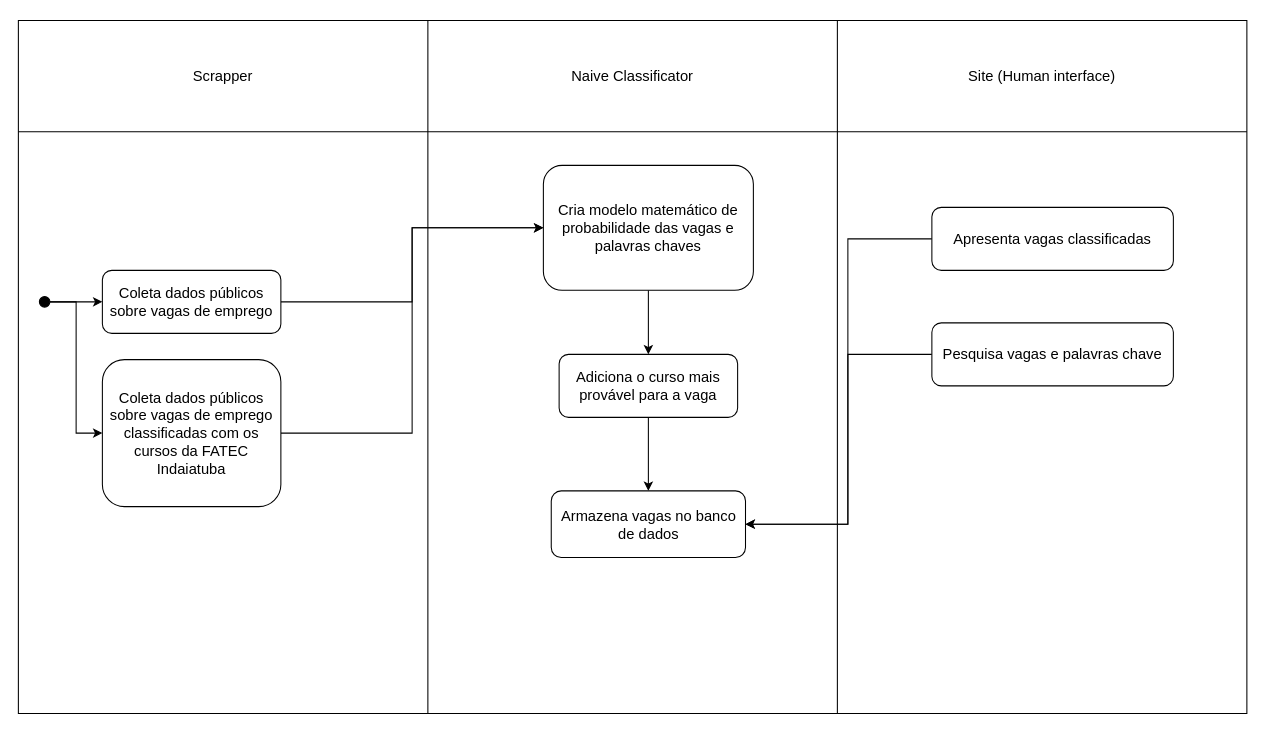
Earlier version of the draw.io diagram page "Diagrama de atividades" (3 of 4) of diagram/MER.drawio (YuriQueriquelli/fatec_tg). Source tidied: cells renumbered, new cells numbered last; positions are measured from the earlier drawing's top-left corner, leaving out a move shared by most shapes. Both pictures are drawn from the tidied source at 105%, with x=0, y=0 at pixel (18, 18).
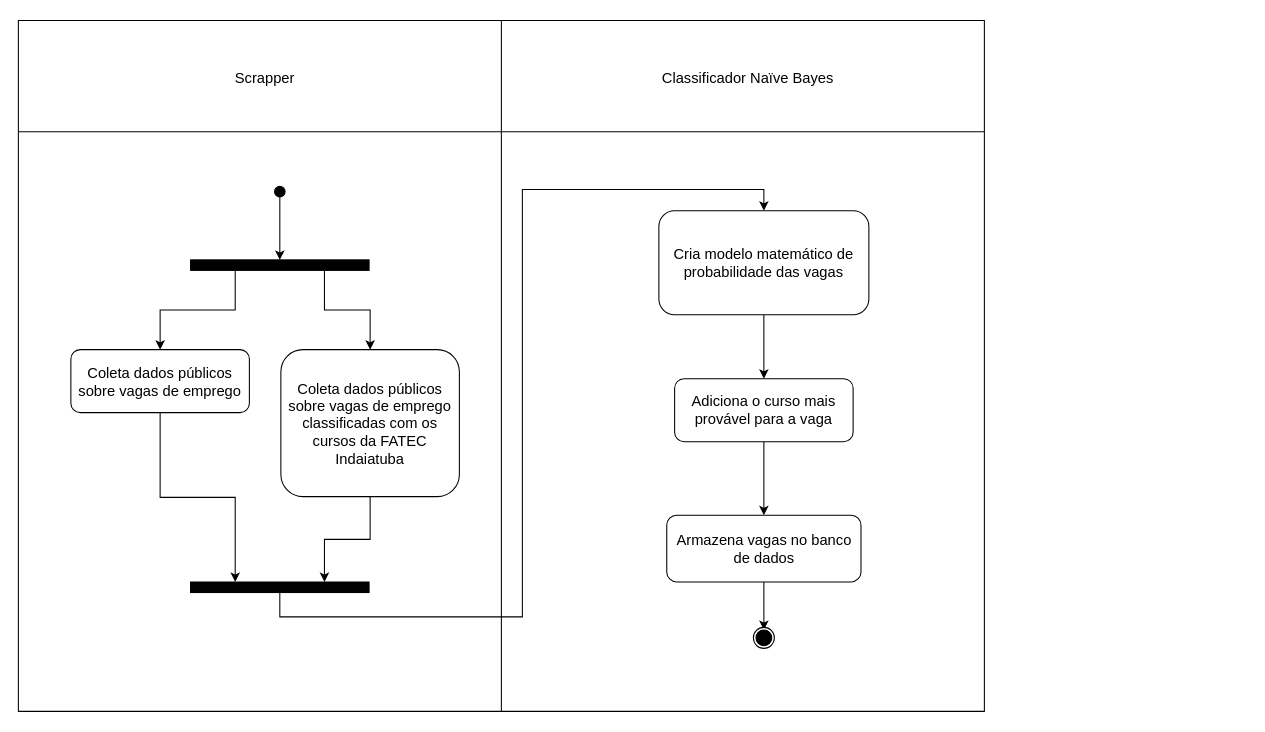
Above is the later version.

Change to the diagram source:
```diff
@@
     <mxCell id="2" style="shape=table;startSize=0;childLayout=tableLayout;" parent="1" vertex="1">
-      <mxGeometry y="2" width="1170" height="660" as="geometry" />
+      <mxGeometry y="2" width="920" height="658" as="geometry" />
     </mxCell>
     <mxCell id="3" style="shape=partialRectangle;fillColor=none;top=0;left=0;bottom=0;right=0;" parent="2" vertex="1">
-      <mxGeometry width="1170" height="106" as="geometry" />
+      <mxGeometry width="920" height="106" as="geometry" />
     </mxCell>
     <mxCell id="4" value="&lt;div&gt;&lt;br&gt;&lt;/div&gt;&lt;div&gt;&lt;br&gt;&lt;/div&gt;" style="shape=partialRectangle;html=1;whiteSpace=wrap;overflow=hidden;fillColor=none;top=0;left=0;bottom=0;right=0;" parent="3" vertex="1">
-      <mxGeometry width="390" height="106" as="geometry" />
+      <mxGeometry width="460" height="106" as="geometry" />
     </mxCell>
     <mxCell id="5" style="shape=partialRectangle;html=1;whiteSpace=wrap;overflow=hidden;fillColor=none;top=0;left=0;bottom=0;right=0;" parent="3" vertex="1">
-      <mxGeometry x="390" width="390" height="106" as="geometry" />
+      <mxGeometry x="460" width="460" height="106" as="geometry" />
     </mxCell>
-    <mxCell id="6" style="shape=partialRectangle;html=1;whiteSpace=wrap;overflow=hidden;fillColor=none;top=0;left=0;bottom=0;right=0;" parent="3" vertex="1">
-      <mxGeometry x="780" width="390" height="106" as="geometry" />
-    </mxCell>
     <mxCell id="7" style="shape=partialRectangle;fillColor=none;top=0;left=0;bottom=0;right=0;" parent="2" vertex="1">
-      <mxGeometry y="106" width="1170" height="554" as="geometry" />
+      <mxGeometry y="106" width="920" height="552" as="geometry" />
     </mxCell>
     <mxCell id="8" style="shape=partialRectangle;html=1;whiteSpace=wrap;overflow=hidden;fillColor=none;top=0;left=0;bottom=0;right=0;" parent="7" vertex="1">
-      <mxGeometry width="390" height="554" as="geometry" />
+      <mxGeometry width="460" height="552" as="geometry" />
     </mxCell>
     <mxCell id="9" style="shape=partialRectangle;html=1;whiteSpace=wrap;overflow=hidden;fillColor=none;top=0;left=0;bottom=0;right=0;" parent="7" vertex="1">
-      <mxGeometry x="390" width="390" height="554" as="geometry" />
+      <mxGeometry x="460" width="460" height="552" as="geometry" />
     </mxCell>
-    <mxCell id="10" style="shape=partialRectangle;html=1;whiteSpace=wrap;overflow=hidden;fillColor=none;top=0;left=0;bottom=0;right=0;" parent="7" vertex="1">
-      <mxGeometry x="780" width="390" height="554" as="geometry" />
-    </mxCell>
     <mxCell id="11" value="Scrapper" style="text;html=1;strokeColor=none;fillColor=none;align=center;verticalAlign=middle;whiteSpace=wrap;rounded=0;fontSize=14;" parent="1" vertex="1">
-      <mxGeometry width="390" height="110" as="geometry" />
+      <mxGeometry x="40" y="2" width="390" height="110" as="geometry" />
     </mxCell>
-    <mxCell id="12" value="Naive Classificator" style="text;html=1;strokeColor=none;fillColor=none;align=center;verticalAlign=middle;whiteSpace=wrap;rounded=0;fontSize=14;" parent="1" vertex="1">
-      <mxGeometry x="390" width="390" height="110" as="geometry" />
+    <mxCell id="12" value="Classificador&lt;span style=&quot;font-weight: normal&quot;&gt;&lt;font style=&quot;font-size: 14px&quot;&gt; &lt;font style=&quot;font-size: 14px&quot;&gt;Naïve Bayes&lt;/font&gt;&lt;/font&gt;&lt;/span&gt;" style="text;html=1;strokeColor=none;fillColor=none;align=center;verticalAlign=middle;whiteSpace=wrap;rounded=0;fontSize=14;" parent="1" vertex="1">
+      <mxGeometry x="500" y="2" width="390" height="110" as="geometry" />
     </mxCell>
-    <mxCell id="13" value="Site (Human interface)" style="text;html=1;strokeColor=none;fillColor=none;align=center;verticalAlign=middle;whiteSpace=wrap;rounded=0;fontSize=14;" parent="1" vertex="1">
-      <mxGeometry x="780" width="390" height="110" as="geometry" />
-    </mxCell>
-    <mxCell id="14" style="edgeStyle=orthogonalEdgeStyle;rounded=0;jettySize=auto;html=1;exitX=1;exitY=0.5;exitDx=0;exitDy=0;entryX=0;entryY=0.5;entryDx=0;entryDy=0;fontSize=14;" parent="1" edge="1" source="16" target="18">
-      <mxGeometry relative="1" as="geometry" />
-    </mxCell>
-    <mxCell id="15" style="edgeStyle=orthogonalEdgeStyle;rounded=0;jettySize=auto;html=1;entryX=0;entryY=0.5;entryDx=0;entryDy=0;fontSize=14;" parent="1" edge="1" source="16" target="25">
-      <mxGeometry relative="1" as="geometry" />
-    </mxCell>
+    <mxCell id="30" style="edgeStyle=orthogonalEdgeStyle;rounded=0;jettySize=auto;html=1;entryX=0.5;entryY=0;entryDx=0;entryDy=0;" parent="1" edge="1" source="16" target="36">
+      <mxGeometry relative="1" as="geometry" />
+    </mxCell>
     <mxCell id="16" style="ellipse;whiteSpace=wrap;html=1;fontSize=14;fillColor=#000000;" parent="1" vertex="1">
-      <mxGeometry x="20" y="265" width="10" height="10" as="geometry" />
+      <mxGeometry x="244" y="160" width="10" height="10" as="geometry" />
     </mxCell>
-    <mxCell id="17" style="edgeStyle=orthogonalEdgeStyle;rounded=0;jettySize=auto;html=1;entryX=0;entryY=0.5;entryDx=0;entryDy=0;fontSize=14;" parent="1" edge="1" source="18" target="20">
-      <mxGeometry relative="1" as="geometry" />
-    </mxCell>
+    <mxCell id="31" style="edgeStyle=orthogonalEdgeStyle;rounded=0;jettySize=auto;html=1;exitX=0.5;exitY=1;exitDx=0;exitDy=0;entryX=0.25;entryY=0;entryDx=0;entryDy=0;" parent="1" edge="1" source="18" target="38">
+      <mxGeometry relative="1" as="geometry" />
+    </mxCell>
     <mxCell id="18" value="Coleta dados públicos sobre vagas de emprego" style="rounded=1;whiteSpace=wrap;html=1;fontSize=14;fillColor=#FFFFFF;" parent="1" vertex="1">
-      <mxGeometry x="80" y="240" width="170" height="60" as="geometry" />
+      <mxGeometry x="50" y="315.5" width="170" height="60" as="geometry" />
     </mxCell>
@@
-    <mxCell id="20" value="Cria modelo &lt;span&gt;matemático&lt;/span&gt; de probabilidade das vagas e palavras chaves" style="rounded=1;whiteSpace=wrap;html=1;fontSize=14;fillColor=#FFFFFF;" parent="1" vertex="1">
-      <mxGeometry x="500" y="140" width="200" height="119" as="geometry" />
+    <mxCell id="20" value="Cria modelo &lt;span&gt;matemático&lt;/span&gt; de probabilidade das vagas " style="rounded=1;whiteSpace=wrap;html=1;fontSize=14;fillColor=#FFFFFF;" parent="1" vertex="1">
+      <mxGeometry x="610" y="183.2" width="200" height="99" as="geometry" />
     </mxCell>
@@
     <mxCell id="22" value="Adiciona o curso mais &lt;span&gt;&lt;span&gt;provável&lt;/span&gt;&lt;/span&gt; para a vaga" style="rounded=1;whiteSpace=wrap;html=1;fontSize=14;fillColor=#FFFFFF;" parent="1" vertex="1">
-      <mxGeometry x="515" y="320" width="170" height="60" as="geometry" />
+      <mxGeometry x="625" y="343.2" width="170" height="60" as="geometry" />
     </mxCell>
+    <mxCell id="32" style="edgeStyle=orthogonalEdgeStyle;rounded=0;jettySize=auto;html=1;entryX=0.5;entryY=0;entryDx=0;entryDy=0;" parent="1" edge="1" source="23" target="40">
+      <mxGeometry relative="1" as="geometry" />
+    </mxCell>
     <mxCell id="23" value="Armazena vagas no banco de dados" style="rounded=1;whiteSpace=wrap;html=1;fontSize=14;fillColor=#FFFFFF;" parent="1" vertex="1">
-      <mxGeometry x="507.5" y="450" width="185" height="63.5" as="geometry" />
+      <mxGeometry x="617.5" y="473.2" width="185" height="63.5" as="geometry" />
     </mxCell>
-    <mxCell id="24" style="edgeStyle=orthogonalEdgeStyle;rounded=0;jettySize=auto;html=1;entryX=0;entryY=0.5;entryDx=0;entryDy=0;fontSize=14;" parent="1" edge="1" source="25" target="20">
-      <mxGeometry relative="1" as="geometry" />
-    </mxCell>
+    <mxCell id="33" style="edgeStyle=orthogonalEdgeStyle;rounded=0;jettySize=auto;html=1;entryX=0.75;entryY=0;entryDx=0;entryDy=0;" parent="1" edge="1" source="25" target="38">
+      <mxGeometry relative="1" as="geometry" />
+    </mxCell>
     <mxCell id="25" value="Coleta dados públicos sobre vagas de emprego classificadas com os cursos da FATEC Indaiatuba" style="rounded=1;whiteSpace=wrap;html=1;fontSize=14;fillColor=#FFFFFF;" parent="1" vertex="1">
-      <mxGeometry x="80" y="325" width="170" height="140" as="geometry" />
+      <mxGeometry x="250" y="315.5" width="170" height="140" as="geometry" />
     </mxCell>
-    <mxCell id="26" style="edgeStyle=orthogonalEdgeStyle;rounded=0;jettySize=auto;html=1;entryX=1;entryY=0.5;entryDx=0;entryDy=0;fontSize=14;" parent="1" edge="1" source="27" target="23">
-      <mxGeometry relative="1" as="geometry">
-        <Array as="points">
-          <mxPoint x="790" y="210" />
-          <mxPoint x="790" y="482" />
-        </Array>
-      </mxGeometry>
-    </mxCell>
-    <mxCell id="27" value="Apresenta vagas classificadas" style="rounded=1;whiteSpace=wrap;html=1;fontSize=14;fillColor=#FFFFFF;" parent="1" vertex="1">
-      <mxGeometry x="870" y="180" width="230" height="60" as="geometry" />
-    </mxCell>
-    <mxCell id="28" style="edgeStyle=orthogonalEdgeStyle;rounded=0;jettySize=auto;html=1;entryX=1;entryY=0.5;entryDx=0;entryDy=0;fontSize=14;" parent="1" edge="1" source="29" target="23">
-      <mxGeometry relative="1" as="geometry">
-        <Array as="points">
-          <mxPoint x="790" y="320" />
-          <mxPoint x="790" y="482" />
-        </Array>
-      </mxGeometry>
-    </mxCell>
-    <mxCell id="29" value="Pesquisa vagas e palavras chave" style="rounded=1;whiteSpace=wrap;html=1;fontSize=14;fillColor=#FFFFFF;" parent="1" vertex="1">
-      <mxGeometry x="870" y="290" width="230" height="60" as="geometry" />
-    </mxCell>
+    <mxCell id="34" style="edgeStyle=orthogonalEdgeStyle;rounded=0;jettySize=auto;html=1;exitX=0.25;exitY=1;exitDx=0;exitDy=0;" parent="1" edge="1" source="36" target="18">
+      <mxGeometry relative="1" as="geometry" />
+    </mxCell>
+    <mxCell id="35" style="edgeStyle=orthogonalEdgeStyle;rounded=0;jettySize=auto;html=1;exitX=0.75;exitY=1;exitDx=0;exitDy=0;entryX=0.5;entryY=0;entryDx=0;entryDy=0;" parent="1" edge="1" source="36" target="25">
+      <mxGeometry relative="1" as="geometry" />
+    </mxCell>
+    <mxCell id="36" style="rounded=0;whiteSpace=wrap;html=1;fillColor=#000000;" parent="1" vertex="1">
+      <mxGeometry x="164" y="230" width="170" height="10" as="geometry" />
+    </mxCell>
+    <mxCell id="37" style="edgeStyle=orthogonalEdgeStyle;rounded=0;jettySize=auto;html=1;entryX=0.5;entryY=0;entryDx=0;entryDy=0;exitX=0.5;exitY=1;exitDx=0;exitDy=0;" parent="1" edge="1" source="38" target="20">
+      <mxGeometry relative="1" as="geometry">
+        <Array as="points">
+          <mxPoint x="249" y="570" />
+          <mxPoint x="480" y="570" />
+          <mxPoint x="480" y="163" />
+          <mxPoint x="710" y="163" />
+        </Array>
+      </mxGeometry>
+    </mxCell>
+    <mxCell id="38" style="rounded=0;whiteSpace=wrap;html=1;fillColor=#000000;" parent="1" vertex="1">
+      <mxGeometry x="164" y="536.8" width="170" height="10" as="geometry" />
+    </mxCell>
+    <mxCell id="39" style="ellipse;whiteSpace=wrap;html=1;fillColor=#FFFFFF;" parent="1" vertex="1">
+      <mxGeometry x="700" y="580" width="20" height="20" as="geometry" />
+    </mxCell>
+    <mxCell id="40" style="ellipse;whiteSpace=wrap;html=1;fillColor=#000000;" parent="1" vertex="1">
+      <mxGeometry x="702.5" y="582.5" width="15" height="15" as="geometry" />
+    </mxCell>
```
